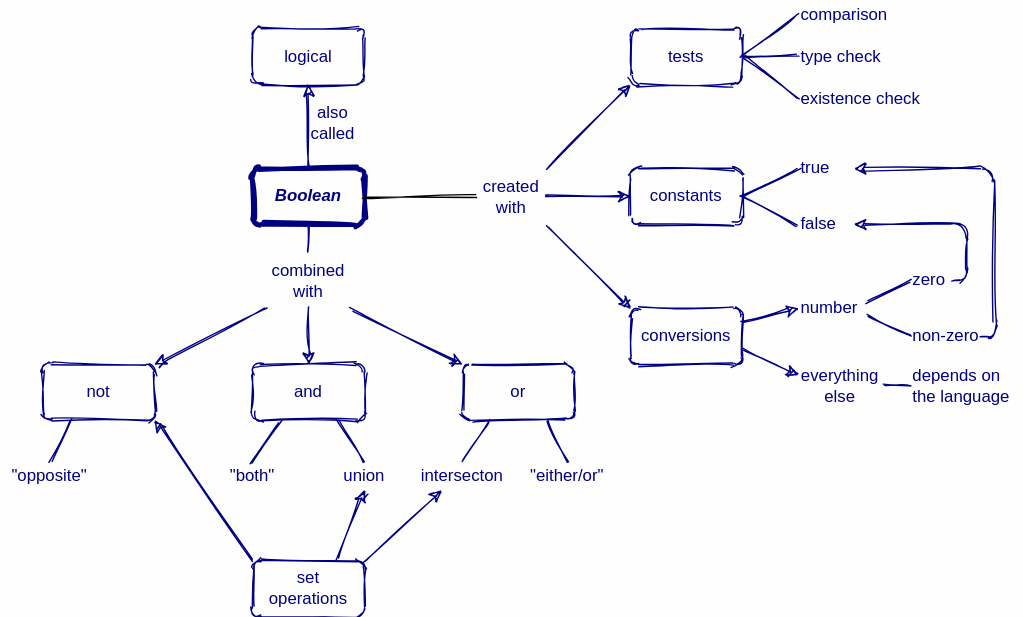
Above: en/boolean.svg in rstudio/concept-maps (draw.io), before the change. Source tidied: cells renumbered, new cells last; positions are measured from the earlier drawing's top-left corner, leaving out a move shared by most shapes. The source it was exported from:
```xml
<mxGraphModel background="#FEFEFF">
  <root>
    <mxCell id="0" />
    <mxCell id="1" parent="0" />
    <mxCell id="2" value="&lt;b style=&quot;font-size: 12px&quot;&gt;&lt;i style=&quot;font-size: 12px&quot;&gt;Boolean&lt;/i&gt;&lt;/b&gt;" style="whiteSpace=wrap;html=1;strokeWidth=3;fontSize=12;fontFamily=Helvetica;fillColor=none;labelBackgroundColor=none;strokeColor=#000080;fontColor=#000080;rounded=1;sketch=1;" parent="1" vertex="1">
      <mxGeometry x="180" y="120" width="80" height="40" as="geometry" />
    </mxCell>
    <mxCell id="3" value="logical" style="whiteSpace=wrap;html=1;fontSize=12;fontFamily=Helvetica;fillColor=none;labelBackgroundColor=none;strokeColor=#000080;fontColor=#000080;rounded=1;sketch=1;" parent="1" vertex="1">
      <mxGeometry x="180" y="20" width="80" height="40" as="geometry" />
    </mxCell>
    <mxCell id="4" value="also&lt;br&gt;called" style="endArrow=classic;html=1;strokeWidth=1;entryX=0.5;entryY=1;entryDx=0;entryDy=0;exitX=0.5;exitY=0;exitDx=0;exitDy=0;verticalAlign=middle;fontSize=12;labelBackgroundColor=none;fontFamily=Helvetica;strokeColor=#000080;fontColor=#000080;sketch=1;" parent="1" edge="1" source="2" target="3">
      <mxGeometry x="0.1" y="-17" relative="1" as="geometry" />
    </mxCell>
    <mxCell id="5" value="tests" style="whiteSpace=wrap;html=1;fontSize=12;fontFamily=Helvetica;fillColor=none;labelBackgroundColor=none;strokeColor=#000080;fontColor=#000080;rounded=1;sketch=1;" parent="1" vertex="1">
      <mxGeometry x="450" y="20" width="80" height="40" as="geometry" />
    </mxCell>
    <mxCell id="6" value="comparison" style="text;html=1;strokeColor=none;fillColor=none;align=left;verticalAlign=middle;whiteSpace=wrap;fontColor=#000080;labelBackgroundColor=#FEFEFF;rounded=1;sketch=1;" parent="1" vertex="1">
      <mxGeometry x="570" width="90" height="20" as="geometry" />
    </mxCell>
    <mxCell id="7" value="type check" style="text;html=1;strokeColor=none;fillColor=none;align=left;verticalAlign=middle;whiteSpace=wrap;fontColor=#000080;labelBackgroundColor=#FEFEFF;rounded=1;sketch=1;" parent="1" vertex="1">
      <mxGeometry x="570" y="30" width="90" height="20" as="geometry" />
    </mxCell>
    <mxCell id="8" value="existence check" style="text;html=1;strokeColor=none;fillColor=none;align=left;verticalAlign=middle;whiteSpace=wrap;fontColor=#000080;labelBackgroundColor=#FEFEFF;rounded=1;sketch=1;" parent="1" vertex="1">
      <mxGeometry x="570" y="60" width="90" height="20" as="geometry" />
    </mxCell>
    <mxCell id="9" style="endArrow=none;html=1;fontColor=#000080;exitX=1;exitY=0.5;exitDx=0;exitDy=0;entryX=0;entryY=0.5;entryDx=0;entryDy=0;strokeColor=#000080;sketch=1;" parent="1" edge="1" source="5" target="6">
      <mxGeometry relative="1" as="geometry" />
    </mxCell>
    <mxCell id="10" style="endArrow=none;html=1;fontColor=#000080;entryX=0;entryY=0.5;entryDx=0;entryDy=0;exitX=1;exitY=0.5;exitDx=0;exitDy=0;strokeColor=#000080;sketch=1;" parent="1" edge="1" source="5" target="7">
      <mxGeometry relative="1" as="geometry" />
    </mxCell>
    <mxCell id="11" style="endArrow=none;html=1;fontColor=#000080;entryX=0;entryY=0.5;entryDx=0;entryDy=0;exitX=1;exitY=0.5;exitDx=0;exitDy=0;strokeColor=#000080;sketch=1;" parent="1" edge="1" source="5" target="8">
      <mxGeometry relative="1" as="geometry" />
    </mxCell>
    <mxCell id="12" value="created&lt;br&gt;with" style="text;html=1;strokeColor=none;fillColor=none;align=center;verticalAlign=middle;whiteSpace=wrap;labelBackgroundColor=#FEFEFF;fontColor=#000080;rounded=1;sketch=1;" parent="1" vertex="1">
      <mxGeometry x="340" y="120" width="50" height="40" as="geometry" />
    </mxCell>
    <mxCell id="13" style="endArrow=none;html=1;fontColor=#000080;exitX=1;exitY=0.5;exitDx=0;exitDy=0;sketch=1;" parent="1" edge="1" source="2" target="12">
      <mxGeometry relative="1" as="geometry" />
    </mxCell>
    <mxCell id="14" style="endArrow=classic;html=1;fontColor=#000080;entryX=0;entryY=1;entryDx=0;entryDy=0;exitX=1;exitY=0;exitDx=0;exitDy=0;strokeColor=#000080;sketch=1;" parent="1" edge="1" source="12" target="5">
      <mxGeometry relative="1" as="geometry" />
    </mxCell>
    <mxCell id="15" value="constants" style="whiteSpace=wrap;html=1;fontSize=12;fontFamily=Helvetica;fillColor=none;labelBackgroundColor=none;strokeColor=#000080;fontColor=#000080;rounded=1;sketch=1;" parent="1" vertex="1">
      <mxGeometry x="450" y="120" width="80" height="40" as="geometry" />
    </mxCell>
    <mxCell id="16" style="endArrow=classic;html=1;fontColor=#000080;exitX=1;exitY=0.5;exitDx=0;exitDy=0;strokeColor=#000080;sketch=1;" parent="1" edge="1" source="12" target="15">
      <mxGeometry relative="1" as="geometry" />
    </mxCell>
    <mxCell id="17" value="true" style="text;html=1;strokeColor=none;fillColor=none;align=left;verticalAlign=middle;whiteSpace=wrap;fontColor=#000080;labelBackgroundColor=#FEFEFF;rounded=1;sketch=1;" parent="1" vertex="1">
      <mxGeometry x="570" y="110" width="40" height="20" as="geometry" />
    </mxCell>
    <mxCell id="18" value="false" style="text;html=1;strokeColor=none;fillColor=none;align=left;verticalAlign=middle;whiteSpace=wrap;fontColor=#000080;labelBackgroundColor=#FEFEFF;rounded=1;sketch=1;" parent="1" vertex="1">
      <mxGeometry x="570" y="150" width="40" height="20" as="geometry" />
    </mxCell>
    <mxCell id="19" style="endArrow=none;html=1;fontColor=#000080;entryX=0;entryY=0.5;entryDx=0;entryDy=0;exitX=1;exitY=0.5;exitDx=0;exitDy=0;strokeColor=#000080;sketch=1;" parent="1" edge="1" source="15" target="17">
      <mxGeometry relative="1" as="geometry" />
    </mxCell>
    <mxCell id="20" style="endArrow=none;html=1;fontColor=#000080;entryX=0;entryY=0.5;entryDx=0;entryDy=0;exitX=1;exitY=0.5;exitDx=0;exitDy=0;strokeColor=#000080;sketch=1;" parent="1" edge="1" source="15" target="18">
      <mxGeometry relative="1" as="geometry" />
    </mxCell>
    <mxCell id="21" value="conversions" style="whiteSpace=wrap;html=1;fontSize=12;fontFamily=Helvetica;fillColor=none;labelBackgroundColor=none;strokeColor=#000080;fontColor=#000080;rounded=1;sketch=1;" parent="1" vertex="1">
      <mxGeometry x="450" y="220" width="80" height="40" as="geometry" />
    </mxCell>
    <mxCell id="22" style="endArrow=classic;html=1;fontColor=#000080;exitX=1;exitY=1;exitDx=0;exitDy=0;entryX=0;entryY=0;entryDx=0;entryDy=0;strokeColor=#000080;sketch=1;" parent="1" edge="1" source="12" target="21">
      <mxGeometry relative="1" as="geometry" />
    </mxCell>
    <mxCell id="23" value="number" style="text;html=1;strokeColor=none;fillColor=none;align=left;verticalAlign=middle;whiteSpace=wrap;fontColor=#000080;labelBackgroundColor=#FEFEFF;rounded=1;sketch=1;" parent="1" vertex="1">
      <mxGeometry x="570" y="210" width="50" height="20" as="geometry" />
    </mxCell>
    <mxCell id="24" value="zero" style="text;html=1;strokeColor=none;fillColor=none;align=left;verticalAlign=middle;whiteSpace=wrap;fontColor=#000080;labelBackgroundColor=#FEFEFF;rounded=1;sketch=1;" parent="1" vertex="1">
      <mxGeometry x="650" y="190" width="30" height="20" as="geometry" />
    </mxCell>
    <mxCell id="25" value="non-zero" style="text;html=1;strokeColor=none;fillColor=none;align=left;verticalAlign=middle;whiteSpace=wrap;fontColor=#000080;labelBackgroundColor=#FEFEFF;rounded=1;sketch=1;" parent="1" vertex="1">
      <mxGeometry x="650" y="230" width="50" height="20" as="geometry" />
    </mxCell>
    <mxCell id="26" value="everything&lt;br&gt;else" style="text;html=1;strokeColor=none;fillColor=none;align=center;verticalAlign=middle;whiteSpace=wrap;fontColor=#000080;labelBackgroundColor=#FEFEFF;rounded=1;sketch=1;" parent="1" vertex="1">
      <mxGeometry x="570" y="260" width="60" height="30" as="geometry" />
    </mxCell>
    <mxCell id="27" value="depends on&lt;br&gt;the language" style="text;html=1;strokeColor=none;fillColor=none;align=left;verticalAlign=middle;whiteSpace=wrap;fontColor=#000080;labelBackgroundColor=#FEFEFF;rounded=1;sketch=1;" parent="1" vertex="1">
      <mxGeometry x="650" y="255" width="80" height="40" as="geometry" />
    </mxCell>
    <mxCell id="28" style="endArrow=classic;html=1;fontColor=#000080;exitX=1;exitY=0.25;exitDx=0;exitDy=0;entryX=0;entryY=0.5;entryDx=0;entryDy=0;strokeColor=#000080;sketch=1;" parent="1" edge="1" source="21" target="23">
      <mxGeometry relative="1" as="geometry" />
    </mxCell>
    <mxCell id="29" style="endArrow=classic;html=1;fontColor=#000080;exitX=1;exitY=0.75;exitDx=0;exitDy=0;entryX=0;entryY=0.25;entryDx=0;entryDy=0;strokeColor=#000080;sketch=1;" parent="1" edge="1" source="21" target="26">
      <mxGeometry relative="1" as="geometry" />
    </mxCell>
    <mxCell id="30" style="endArrow=none;html=1;fontColor=#000080;entryX=0;entryY=0.5;entryDx=0;entryDy=0;exitX=1;exitY=0.25;exitDx=0;exitDy=0;strokeColor=#000080;sketch=1;" parent="1" edge="1" source="23" target="24">
      <mxGeometry relative="1" as="geometry" />
    </mxCell>
    <mxCell id="31" style="endArrow=none;html=1;fontColor=#000080;entryX=0;entryY=0.5;entryDx=0;entryDy=0;exitX=1;exitY=0.75;exitDx=0;exitDy=0;strokeColor=#000080;sketch=1;" parent="1" edge="1" source="23" target="25">
      <mxGeometry relative="1" as="geometry" />
    </mxCell>
    <mxCell id="32" style="endArrow=none;html=1;fontColor=#000080;entryX=0;entryY=0.5;entryDx=0;entryDy=0;exitX=1;exitY=0.5;exitDx=0;exitDy=0;strokeColor=#000080;sketch=1;" parent="1" edge="1" source="26" target="27">
      <mxGeometry relative="1" as="geometry" />
    </mxCell>
    <mxCell id="33" style="endArrow=classic;html=1;fontColor=#000080;exitX=1;exitY=0.5;exitDx=0;exitDy=0;entryX=1;entryY=0.5;entryDx=0;entryDy=0;strokeColor=#000080;sketch=1;" parent="1" edge="1" source="24" target="18">
      <mxGeometry relative="1" as="geometry">
        <Array as="points">
          <mxPoint x="690" y="200" />
          <mxPoint x="690" y="160" />
        </Array>
      </mxGeometry>
    </mxCell>
    <mxCell id="34" style="endArrow=classic;html=1;fontColor=#000080;exitX=1;exitY=0.5;exitDx=0;exitDy=0;entryX=1;entryY=0.5;entryDx=0;entryDy=0;strokeColor=#000080;sketch=1;" parent="1" edge="1" source="25" target="17">
      <mxGeometry relative="1" as="geometry">
        <Array as="points">
          <mxPoint x="710" y="240" />
          <mxPoint x="710" y="120" />
        </Array>
      </mxGeometry>
    </mxCell>
    <mxCell id="35" value="combined&lt;br&gt;with" style="text;html=1;strokeColor=none;fillColor=none;align=center;verticalAlign=middle;whiteSpace=wrap;labelBackgroundColor=#FEFEFF;fontColor=#000080;rounded=1;sketch=1;" parent="1" vertex="1">
      <mxGeometry x="190" y="180" width="60" height="40" as="geometry" />
    </mxCell>
    <mxCell id="36" style="endArrow=none;html=1;fontColor=#000080;exitX=0.5;exitY=1;exitDx=0;exitDy=0;entryX=0.5;entryY=0;entryDx=0;entryDy=0;strokeColor=#000080;sketch=1;" parent="1" edge="1" source="2" target="35">
      <mxGeometry relative="1" as="geometry" />
    </mxCell>
    <mxCell id="37" value="not" style="whiteSpace=wrap;html=1;fontSize=12;fontFamily=Helvetica;fillColor=none;labelBackgroundColor=none;strokeColor=#000080;fontColor=#000080;rounded=1;sketch=1;" parent="1" vertex="1">
      <mxGeometry x="30" y="260" width="80" height="40" as="geometry" />
    </mxCell>
    <mxCell id="38" value="and" style="whiteSpace=wrap;html=1;fontSize=12;fontFamily=Helvetica;fillColor=none;labelBackgroundColor=none;strokeColor=#000080;fontColor=#000080;rounded=1;sketch=1;" parent="1" vertex="1">
      <mxGeometry x="180" y="260" width="80" height="40" as="geometry" />
    </mxCell>
    <mxCell id="39" value="or" style="whiteSpace=wrap;html=1;fontSize=12;fontFamily=Helvetica;fillColor=none;labelBackgroundColor=none;strokeColor=#000080;fontColor=#000080;rounded=1;sketch=1;" parent="1" vertex="1">
      <mxGeometry x="330" y="260" width="80" height="40" as="geometry" />
    </mxCell>
    <mxCell id="40" style="endArrow=classic;html=1;fontColor=#000080;exitX=0;exitY=1;exitDx=0;exitDy=0;entryX=1;entryY=0;entryDx=0;entryDy=0;strokeColor=#000080;sketch=1;" parent="1" edge="1" source="35" target="37">
      <mxGeometry relative="1" as="geometry" />
    </mxCell>
    <mxCell id="41" style="endArrow=classic;html=1;fontColor=#000080;exitX=0.5;exitY=1;exitDx=0;exitDy=0;entryX=0.5;entryY=0;entryDx=0;entryDy=0;strokeColor=#000080;sketch=1;" parent="1" edge="1" source="35" target="38">
      <mxGeometry relative="1" as="geometry" />
    </mxCell>
    <mxCell id="42" style="endArrow=classic;html=1;fontColor=#000080;exitX=1;exitY=1;exitDx=0;exitDy=0;entryX=0;entryY=0;entryDx=0;entryDy=0;strokeColor=#000080;sketch=1;" parent="1" edge="1" source="35" target="39">
      <mxGeometry relative="1" as="geometry" />
    </mxCell>
    <mxCell id="43" value="&quot;opposite&quot;" style="text;html=1;strokeColor=none;fillColor=none;align=center;verticalAlign=middle;whiteSpace=wrap;fontColor=#000080;labelBackgroundColor=#FEFEFF;rounded=1;sketch=1;" parent="1" vertex="1">
      <mxGeometry y="330" width="70" height="20" as="geometry" />
    </mxCell>
    <mxCell id="44" value="&quot;both&quot;" style="text;html=1;strokeColor=none;fillColor=none;align=center;verticalAlign=middle;whiteSpace=wrap;fontColor=#000080;labelBackgroundColor=#FEFEFF;rounded=1;sketch=1;" parent="1" vertex="1">
      <mxGeometry x="150" y="330" width="60" height="20" as="geometry" />
    </mxCell>
    <mxCell id="45" value="&quot;either/or&quot;" style="text;html=1;strokeColor=none;fillColor=none;align=center;verticalAlign=middle;whiteSpace=wrap;fontColor=#000080;labelBackgroundColor=#FEFEFF;rounded=1;sketch=1;" parent="1" vertex="1">
      <mxGeometry x="370" y="330" width="70" height="20" as="geometry" />
    </mxCell>
    <mxCell id="46" value="union" style="text;html=1;strokeColor=none;fillColor=none;align=center;verticalAlign=middle;whiteSpace=wrap;fontColor=#000080;labelBackgroundColor=#FEFEFF;rounded=1;sketch=1;" parent="1" vertex="1">
      <mxGeometry x="230" y="330" width="60" height="20" as="geometry" />
    </mxCell>
    <mxCell id="47" value="intersecton" style="text;html=1;strokeColor=none;fillColor=none;align=center;verticalAlign=middle;whiteSpace=wrap;fontColor=#000080;labelBackgroundColor=#FEFEFF;rounded=1;sketch=1;" parent="1" vertex="1">
      <mxGeometry x="300" y="330" width="60" height="20" as="geometry" />
    </mxCell>
    <mxCell id="48" style="endArrow=none;html=1;fontColor=#000080;exitX=0.25;exitY=1;exitDx=0;exitDy=0;entryX=0.5;entryY=0;entryDx=0;entryDy=0;strokeColor=#000080;sketch=1;" parent="1" edge="1" source="37" target="43">
      <mxGeometry relative="1" as="geometry" />
    </mxCell>
    <mxCell id="49" style="endArrow=none;html=1;fontColor=#000080;exitX=0.25;exitY=1;exitDx=0;exitDy=0;entryX=0.5;entryY=0;entryDx=0;entryDy=0;strokeColor=#000080;sketch=1;" parent="1" edge="1" source="38" target="44">
      <mxGeometry relative="1" as="geometry" />
    </mxCell>
    <mxCell id="50" style="endArrow=none;html=1;fontColor=#000080;exitX=0.75;exitY=1;exitDx=0;exitDy=0;entryX=0.5;entryY=0;entryDx=0;entryDy=0;strokeColor=#000080;sketch=1;" parent="1" edge="1" source="38" target="46">
      <mxGeometry relative="1" as="geometry" />
    </mxCell>
    <mxCell id="51" style="endArrow=none;html=1;fontColor=#000080;exitX=0.25;exitY=1;exitDx=0;exitDy=0;entryX=0.5;entryY=0;entryDx=0;entryDy=0;strokeColor=#000080;sketch=1;" parent="1" edge="1" source="39" target="47">
      <mxGeometry relative="1" as="geometry" />
    </mxCell>
    <mxCell id="52" style="endArrow=none;html=1;fontColor=#000080;exitX=0.75;exitY=1;exitDx=0;exitDy=0;entryX=0.5;entryY=0;entryDx=0;entryDy=0;strokeColor=#000080;sketch=1;" parent="1" edge="1" source="39" target="45">
      <mxGeometry relative="1" as="geometry" />
    </mxCell>
    <mxCell id="53" value="set&lt;br&gt;operations" style="whiteSpace=wrap;html=1;fontSize=12;fontFamily=Helvetica;fillColor=none;labelBackgroundColor=none;strokeColor=#000080;fontColor=#000080;rounded=1;sketch=1;" parent="1" vertex="1">
      <mxGeometry x="180" y="400" width="80" height="40" as="geometry" />
    </mxCell>
    <mxCell id="54" style="endArrow=classic;html=1;fontColor=#000080;exitX=0;exitY=0;exitDx=0;exitDy=0;entryX=1;entryY=1;entryDx=0;entryDy=0;strokeColor=#000080;sketch=1;" parent="1" edge="1" source="53" target="37">
      <mxGeometry relative="1" as="geometry" />
    </mxCell>
    <mxCell id="55" style="endArrow=classic;html=1;fontColor=#000080;exitX=0.75;exitY=0;exitDx=0;exitDy=0;entryX=0.5;entryY=1;entryDx=0;entryDy=0;strokeColor=#000080;sketch=1;" parent="1" edge="1" source="53" target="46">
      <mxGeometry relative="1" as="geometry" />
    </mxCell>
    <mxCell id="56" style="endArrow=classic;html=1;fontColor=#000080;exitX=1;exitY=0;exitDx=0;exitDy=0;entryX=0.25;entryY=1;entryDx=0;entryDy=0;strokeColor=#000080;sketch=1;" parent="1" edge="1" source="53" target="47">
      <mxGeometry relative="1" as="geometry" />
    </mxCell>
  </root>
</mxGraphModel>
```
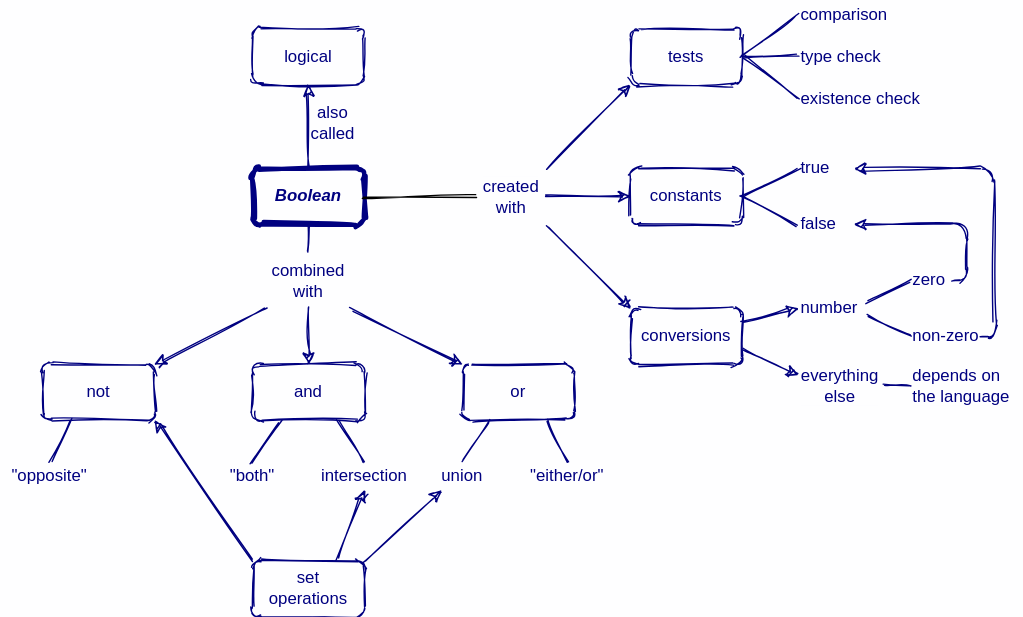
The same file after the commit.

Commit message:
Fixing set operations

Diff of the diagram source:
```diff
@@ -144,10 +144,10 @@
     <mxCell id="45" value="&quot;either/or&quot;" style="text;html=1;strokeColor=none;fillColor=none;align=center;verticalAlign=middle;whiteSpace=wrap;fontColor=#000080;labelBackgroundColor=#FEFEFF;rounded=1;sketch=1;" parent="1" vertex="1">
       <mxGeometry x="370" y="330" width="70" height="20" as="geometry" />
     </mxCell>
-    <mxCell id="46" value="union" style="text;html=1;strokeColor=none;fillColor=none;align=center;verticalAlign=middle;whiteSpace=wrap;fontColor=#000080;labelBackgroundColor=#FEFEFF;rounded=1;sketch=1;" parent="1" vertex="1">
+    <mxCell id="46" value="intersection" style="text;html=1;strokeColor=none;fillColor=none;align=center;verticalAlign=middle;whiteSpace=wrap;fontColor=#000080;labelBackgroundColor=#FEFEFF;rounded=1;sketch=1;" parent="1" vertex="1">
       <mxGeometry x="230" y="330" width="60" height="20" as="geometry" />
     </mxCell>
-    <mxCell id="47" value="intersecton" style="text;html=1;strokeColor=none;fillColor=none;align=center;verticalAlign=middle;whiteSpace=wrap;fontColor=#000080;labelBackgroundColor=#FEFEFF;rounded=1;sketch=1;" parent="1" vertex="1">
+    <mxCell id="47" value="union" style="text;html=1;strokeColor=none;fillColor=none;align=center;verticalAlign=middle;whiteSpace=wrap;fontColor=#000080;labelBackgroundColor=#FEFEFF;rounded=1;sketch=1;" parent="1" vertex="1">
       <mxGeometry x="300" y="330" width="60" height="20" as="geometry" />
     </mxCell>
     <mxCell id="48" style="endArrow=none;html=1;fontColor=#000080;exitX=0.25;exitY=1;exitDx=0;exitDy=0;entryX=0.5;entryY=0;entryDx=0;entryDy=0;strokeColor=#000080;sketch=1;" parent="1" edge="1" source="37" target="43">
```
